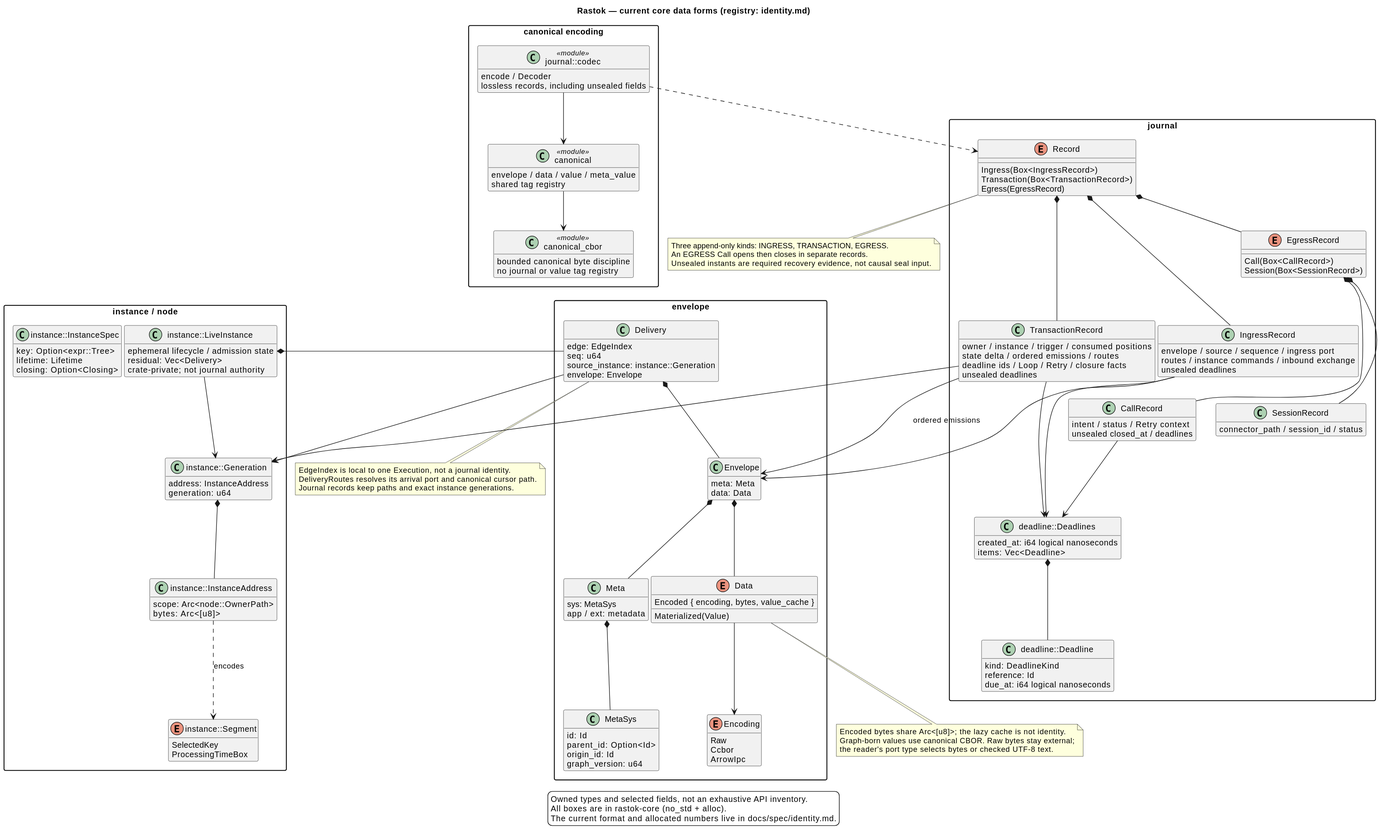
This is docs/architecture/05-rastok-packages.svg from rastok-io/rastok, a PlantUML export, as it was before one commit.
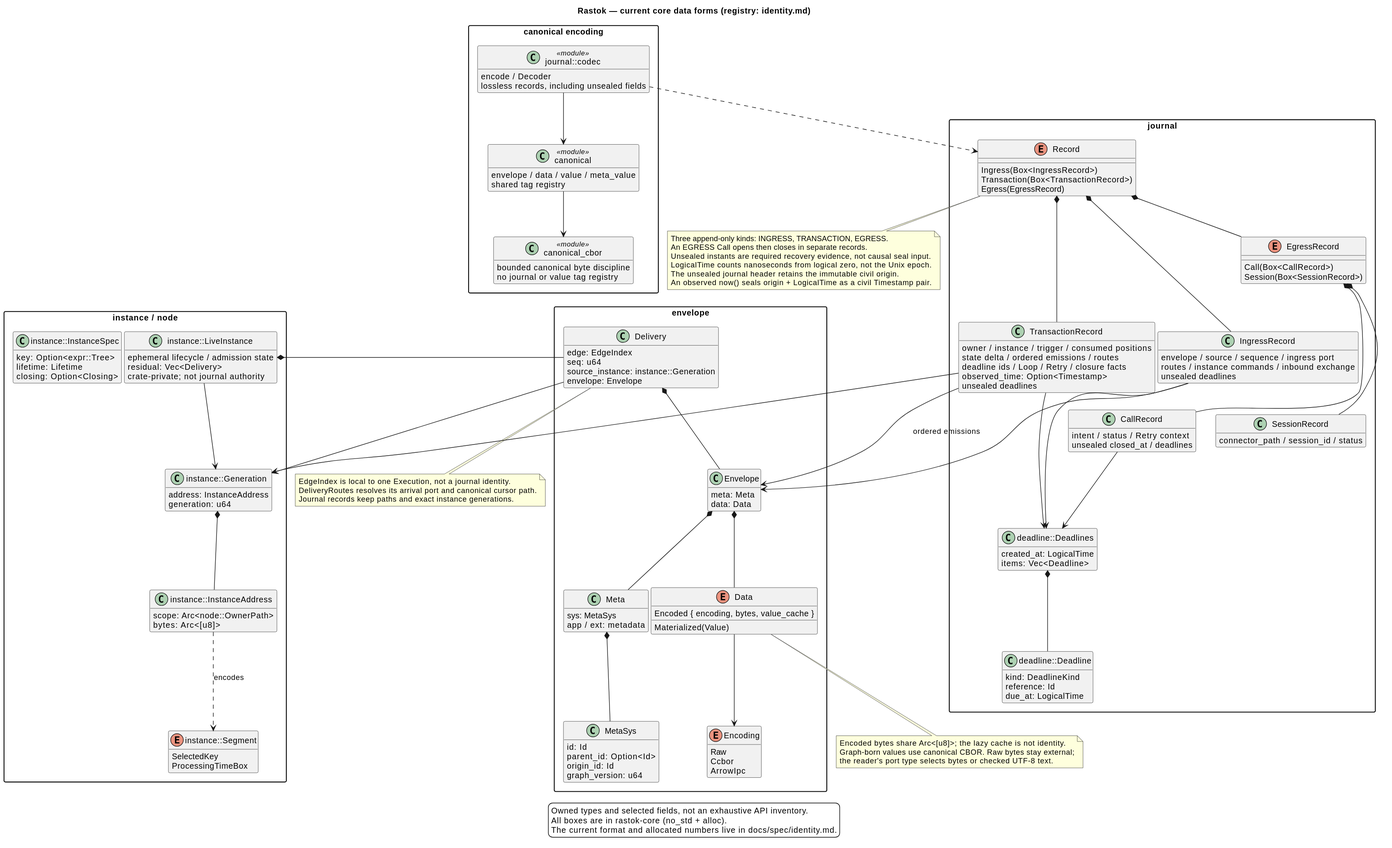
After the commit.

Change to the diagram source:
```diff
@@ -79,6 +79,7 @@
     owner / instance / trigger / consumed positions
     state delta / ordered emissions / routes
     deadline ids / Loop / Retry / closure facts
+    observed_time: Option<Timestamp>
     unsealed deadlines
   }
   enum EgressRecord {
@@ -93,13 +94,13 @@
     connector_path / session_id / status
   }
   class "deadline::Deadlines" as Deadlines {
-    created_at: i64 logical nanoseconds
+    created_at: LogicalTime
     items: Vec<Deadline>
   }
   class "deadline::Deadline" as Deadline {
     kind: DeadlineKind
     reference: Id
-    due_at: i64 logical nanoseconds
+    due_at: LogicalTime
   }
 }
 
@@ -158,6 +159,9 @@
 Three append-only kinds: INGRESS, TRANSACTION, EGRESS.
 An EGRESS Call opens then closes in separate records.
 Unsealed instants are required recovery evidence, not causal seal input.
+LogicalTime counts nanoseconds from logical zero, not the Unix epoch.
+The unsealed journal header retains the immutable civil origin.
+An observed now() seals origin + LogicalTime as a civil Timestamp pair.
 end note
 
 legend bottom
```
